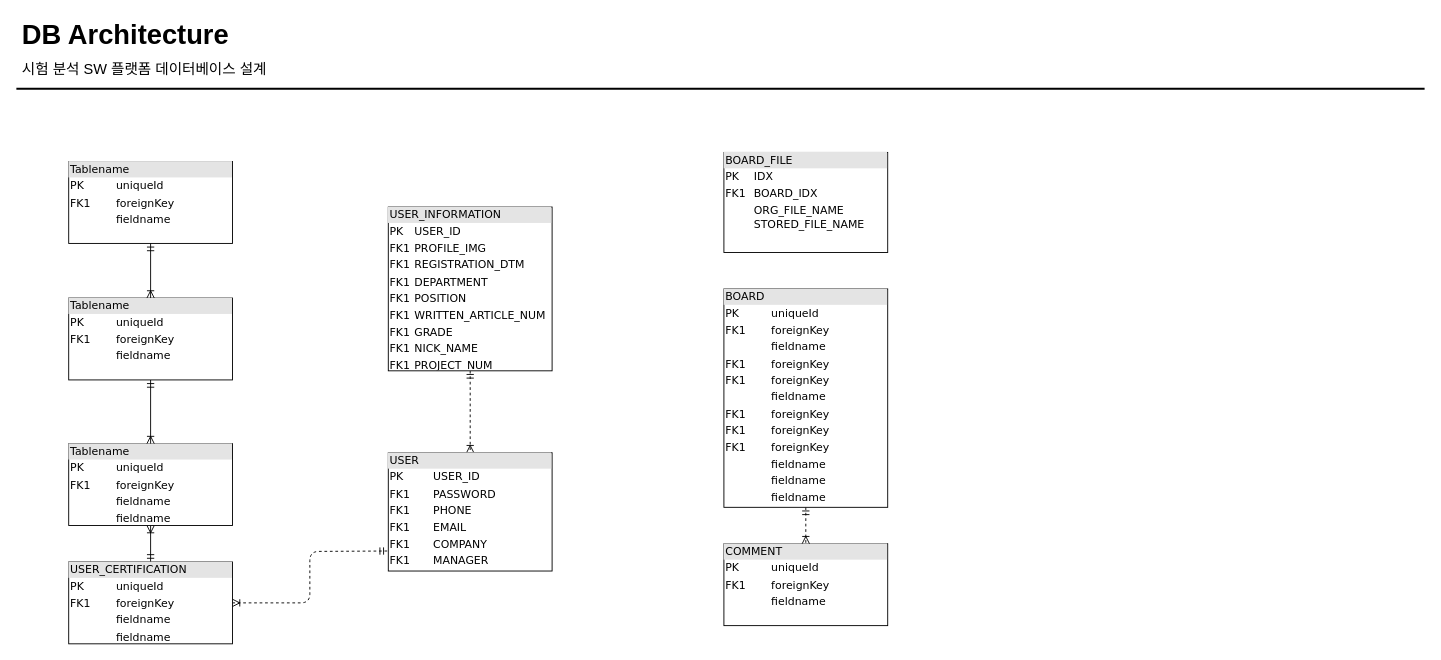
The draw.io diagram DB_architecture.drawio in penzance-jshan/test, before the edit. Source tidied: cells renumbered, new cells numbered last; positions are measured from the earlier drawing's top-left corner, leaving out a move shared by most shapes. Both pictures are drawn from the tidied source at 91%, with x=0, y=0 at pixel (15, 15).
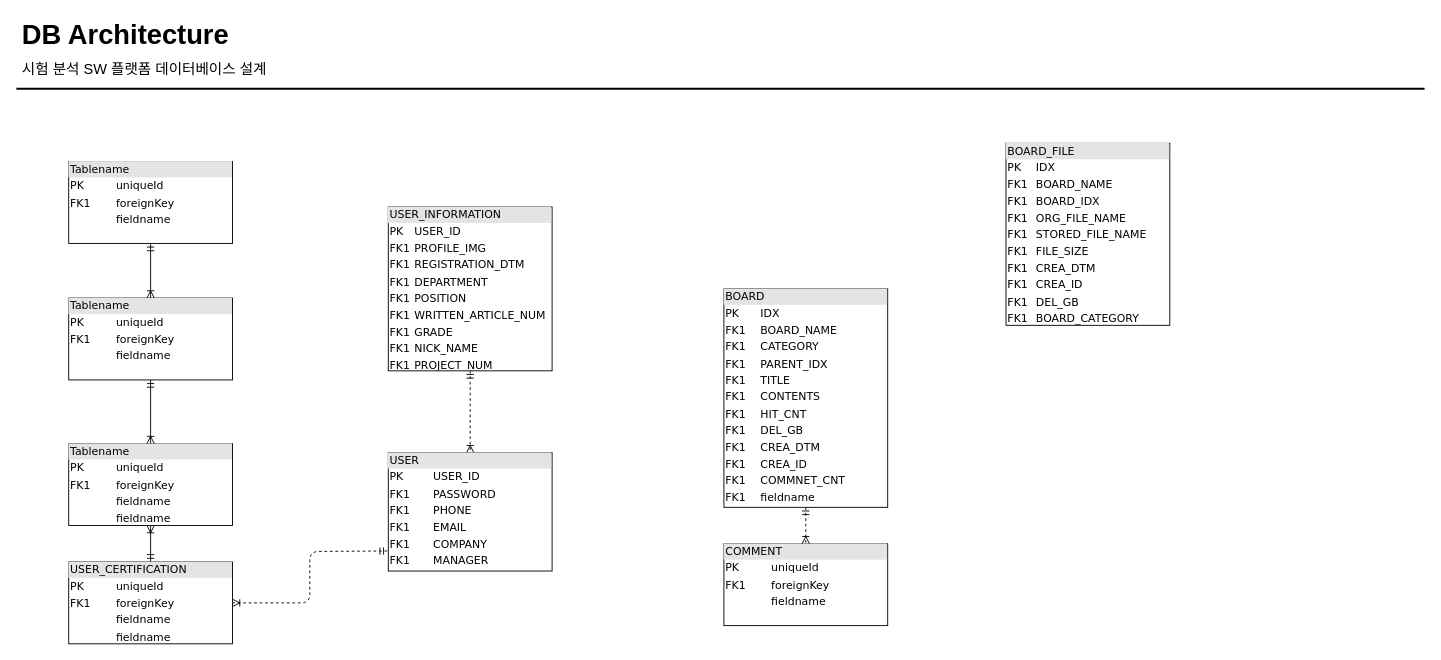
The same page after the edit.

Change to the diagram source:
```diff
@@
-    <mxCell id="13" value="&lt;div style=&quot;box-sizing: border-box ; width: 100% ; background: #e4e4e4 ; padding: 2px&quot;&gt;BOARD&lt;/div&gt;&lt;table style=&quot;width: 100% ; font-size: 1em&quot; cellpadding=&quot;2&quot; cellspacing=&quot;0&quot;&gt;&lt;tbody&gt;&lt;tr&gt;&lt;td&gt;PK&lt;/td&gt;&lt;td&gt;uniqueId&lt;/td&gt;&lt;/tr&gt;&lt;tr&gt;&lt;td&gt;FK1&lt;/td&gt;&lt;td&gt;foreignKey&lt;/td&gt;&lt;/tr&gt;&lt;tr&gt;&lt;td&gt;&lt;/td&gt;&lt;td&gt;fieldname&lt;/td&gt;&lt;/tr&gt;&lt;tr&gt;&lt;td&gt;FK1&lt;br&gt;&lt;/td&gt;&lt;td&gt;foreignKey&lt;br&gt;&lt;/td&gt;&lt;/tr&gt;&lt;tr&gt;&lt;td&gt;FK1&lt;br&gt;&lt;/td&gt;&lt;td&gt;foreignKey&lt;br&gt;&lt;/td&gt;&lt;/tr&gt;&lt;tr&gt;&lt;td&gt;&lt;br&gt;&lt;/td&gt;&lt;td&gt;fieldname&lt;br&gt;&lt;/td&gt;&lt;/tr&gt;&lt;tr&gt;&lt;td&gt;FK1&lt;br&gt;&lt;/td&gt;&lt;td&gt;foreignKey&lt;br&gt;&lt;/td&gt;&lt;/tr&gt;&lt;tr&gt;&lt;td&gt;FK1&lt;br&gt;&lt;/td&gt;&lt;td&gt;foreignKey&lt;br&gt;&lt;/td&gt;&lt;/tr&gt;&lt;tr&gt;&lt;td&gt;FK1&lt;br&gt;&lt;/td&gt;&lt;td&gt;foreignKey&lt;br&gt;&lt;/td&gt;&lt;/tr&gt;&lt;tr&gt;&lt;td&gt;&lt;br&gt;&lt;/td&gt;&lt;td&gt;fieldname&lt;br&gt;&lt;/td&gt;&lt;/tr&gt;&lt;tr&gt;&lt;td&gt;&lt;br&gt;&lt;/td&gt;&lt;td&gt;fieldname&lt;br&gt;&lt;/td&gt;&lt;/tr&gt;&lt;tr&gt;&lt;td&gt;&lt;br&gt;&lt;/td&gt;&lt;td&gt;fieldname&lt;br&gt;&lt;/td&gt;&lt;/tr&gt;&lt;/tbody&gt;&lt;/table&gt;" style="verticalAlign=top;align=left;overflow=fill;html=1;rounded=0;shadow=0;comic=0;labelBackgroundColor=none;strokeWidth=1;fontFamily=Verdana;fontSize=12;" parent="1" vertex="1">
+    <mxCell id="13" value="&lt;div style=&quot;box-sizing: border-box ; width: 100% ; background: #e4e4e4 ; padding: 2px&quot;&gt;BOARD&lt;/div&gt;&lt;table style=&quot;width: 100% ; font-size: 1em&quot; cellpadding=&quot;2&quot; cellspacing=&quot;0&quot;&gt;&lt;tbody&gt;&lt;tr&gt;&lt;td&gt;PK&lt;/td&gt;&lt;td&gt;IDX&lt;/td&gt;&lt;/tr&gt;&lt;tr&gt;&lt;td&gt;FK1&lt;/td&gt;&lt;td&gt;BOARD_NAME&lt;/td&gt;&lt;/tr&gt;&lt;tr&gt;&lt;td&gt;FK1&lt;/td&gt;&lt;td&gt;CATEGORY&lt;/td&gt;&lt;/tr&gt;&lt;tr&gt;&lt;td&gt;FK1&lt;br&gt;&lt;/td&gt;&lt;td&gt;PARENT_IDX&lt;br&gt;&lt;/td&gt;&lt;/tr&gt;&lt;tr&gt;&lt;td&gt;FK1&lt;br&gt;&lt;/td&gt;&lt;td&gt;TITLE&lt;br&gt;&lt;/td&gt;&lt;/tr&gt;&lt;tr&gt;&lt;td&gt;FK1&lt;br&gt;&lt;/td&gt;&lt;td&gt;CONTENTS&lt;br&gt;&lt;/td&gt;&lt;/tr&gt;&lt;tr&gt;&lt;td&gt;FK1&lt;br&gt;&lt;/td&gt;&lt;td&gt;HIT_CNT&lt;br&gt;&lt;/td&gt;&lt;/tr&gt;&lt;tr&gt;&lt;td&gt;FK1&lt;br&gt;&lt;/td&gt;&lt;td&gt;DEL_GB&lt;/td&gt;&lt;/tr&gt;&lt;tr&gt;&lt;td&gt;FK1&lt;br&gt;&lt;/td&gt;&lt;td&gt;CREA_DTM&lt;br&gt;&lt;/td&gt;&lt;/tr&gt;&lt;tr&gt;&lt;td&gt;FK1&lt;br&gt;&lt;/td&gt;&lt;td&gt;CREA_ID&lt;br&gt;&lt;/td&gt;&lt;/tr&gt;&lt;tr&gt;&lt;td&gt;FK1&lt;br&gt;&lt;/td&gt;&lt;td&gt;COMMNET_CNT&lt;br&gt;&lt;/td&gt;&lt;/tr&gt;&lt;tr&gt;&lt;td&gt;FK1&lt;br&gt;&lt;/td&gt;&lt;td&gt;fieldname&lt;br&gt;&lt;/td&gt;&lt;/tr&gt;&lt;/tbody&gt;&lt;/table&gt;" style="verticalAlign=top;align=left;overflow=fill;html=1;rounded=0;shadow=0;comic=0;labelBackgroundColor=none;strokeWidth=1;fontFamily=Verdana;fontSize=12;" parent="1" vertex="1">
       <mxGeometry x="778" y="300" width="180" height="240" as="geometry" />
     </mxCell>
-    <mxCell id="14" value="&lt;div style=&quot;box-sizing: border-box ; width: 100% ; background: #e4e4e4 ; padding: 2px&quot;&gt;BOARD_FILE&lt;/div&gt;&lt;table style=&quot;width: 100% ; font-size: 1em&quot; cellpadding=&quot;2&quot; cellspacing=&quot;0&quot;&gt;&lt;tbody&gt;&lt;tr&gt;&lt;td&gt;PK&lt;/td&gt;&lt;td&gt;IDX&lt;/td&gt;&lt;/tr&gt;&lt;tr&gt;&lt;td&gt;FK1&lt;/td&gt;&lt;td&gt;BOARD_IDX&lt;/td&gt;&lt;/tr&gt;&lt;tr&gt;&lt;td&gt;&lt;/td&gt;&lt;td&gt;ORG_FILE_NAME&lt;br&gt;STORED_FILE_NAME&lt;br&gt;&lt;br&gt;&lt;/td&gt;&lt;/tr&gt;&lt;/tbody&gt;&lt;/table&gt;" style="verticalAlign=top;align=left;overflow=fill;html=1;rounded=0;shadow=0;comic=0;labelBackgroundColor=none;strokeWidth=1;fontFamily=Verdana;fontSize=12;" parent="1" vertex="1">
-      <mxGeometry x="778" y="150" width="180" height="110" as="geometry" />
-    </mxCell>
@@
+    <mxCell id="20" value="&lt;div style=&quot;box-sizing: border-box ; width: 100% ; background: #e4e4e4 ; padding: 2px&quot;&gt;BOARD_FILE&lt;/div&gt;&lt;table style=&quot;width: 100% ; font-size: 1em&quot; cellpadding=&quot;2&quot; cellspacing=&quot;0&quot;&gt;&lt;tbody&gt;&lt;tr&gt;&lt;td&gt;PK&lt;/td&gt;&lt;td&gt;IDX&lt;/td&gt;&lt;/tr&gt;&lt;tr&gt;&lt;td&gt;FK1&lt;/td&gt;&lt;td&gt;BOARD_NAME&lt;/td&gt;&lt;/tr&gt;&lt;tr&gt;&lt;td&gt;FK1&lt;/td&gt;&lt;td&gt;BOARD_IDX&lt;/td&gt;&lt;/tr&gt;&lt;tr&gt;&lt;td&gt;FK1&lt;br&gt;&lt;/td&gt;&lt;td&gt;ORG_FILE_NAME&lt;br&gt;&lt;/td&gt;&lt;/tr&gt;&lt;tr&gt;&lt;td&gt;FK1&lt;br&gt;&lt;/td&gt;&lt;td&gt;STORED_FILE_NAME&lt;br&gt;&lt;/td&gt;&lt;/tr&gt;&lt;tr&gt;&lt;td&gt;FK1&lt;br&gt;&lt;/td&gt;&lt;td&gt;FILE_SIZE&lt;br&gt;&lt;/td&gt;&lt;/tr&gt;&lt;tr&gt;&lt;td&gt;FK1&lt;br&gt;&lt;/td&gt;&lt;td&gt;CREA_DTM&lt;br&gt;&lt;/td&gt;&lt;/tr&gt;&lt;tr&gt;&lt;td&gt;FK1&lt;br&gt;&lt;/td&gt;&lt;td&gt;CREA_ID&lt;/td&gt;&lt;/tr&gt;&lt;tr&gt;&lt;td&gt;FK1&lt;br&gt;&lt;/td&gt;&lt;td&gt;DEL_GB&lt;br&gt;&lt;/td&gt;&lt;/tr&gt;&lt;tr&gt;&lt;td&gt;FK1&lt;br&gt;&lt;/td&gt;&lt;td&gt;BOARD_CATEGORY&lt;/td&gt;&lt;/tr&gt;&lt;/tbody&gt;&lt;/table&gt;" style="verticalAlign=top;align=left;overflow=fill;html=1;rounded=0;shadow=0;comic=0;labelBackgroundColor=none;strokeWidth=1;fontFamily=Verdana;fontSize=12;" parent="1" vertex="1">
+      <mxGeometry x="1088" y="140" width="180" height="200" as="geometry" />
+    </mxCell>
```
